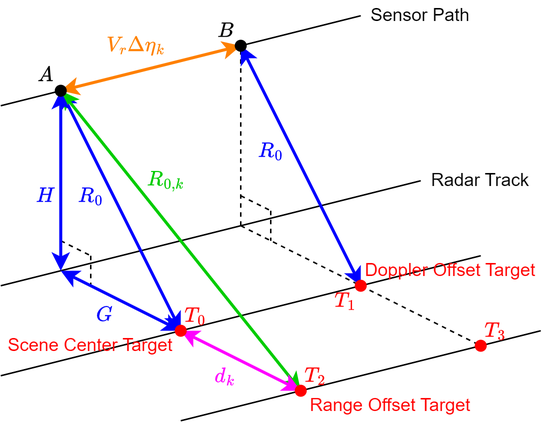
Earlier version of the draw.io export document/group_meeting/figures/point_scatterer/point_target_geometry.png (jentsechen/csa-sar-imaging). Source tidied: cells renumbered, new cells last; positions are measured from the earlier drawing's top-left corner, leaving out a move shared by most shapes.
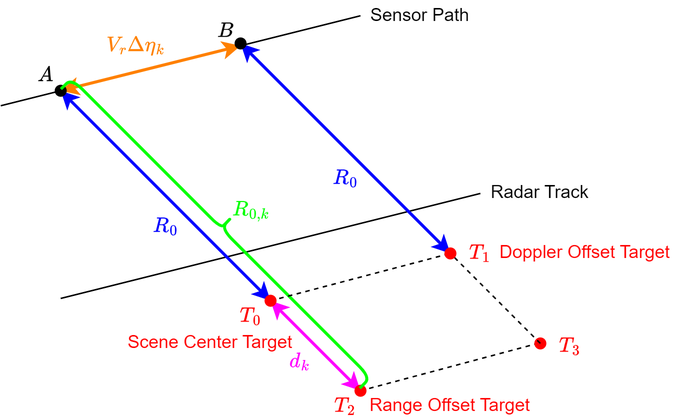
After the commit.

Change to the diagram source:
```diff
@@ -2,183 +2,126 @@
   <root>
     <mxCell id="0" />
     <mxCell id="1" parent="0" />
+    <mxCell id="45" style="endArrow=none;html=1;rounded=0;dashed=1;entryX=0.533;entryY=0.81;entryDx=0;entryDy=0;entryPerimeter=0;exitX=0.7;exitY=0.767;exitDx=0;exitDy=0;exitPerimeter=0;" parent="1" edge="1">
+      <mxGeometry relative="1" as="geometry">
+        <mxPoint x="240" y="240" as="sourcePoint" />
+        <mxPoint x="360" y="208" as="targetPoint" />
+      </mxGeometry>
+    </mxCell>
     <mxCell id="2" style="endArrow=none;html=1;rounded=0;" parent="1" edge="1">
       <mxGeometry relative="1" as="geometry">
-        <mxPoint y="70" as="sourcePoint" />
-        <mxPoint x="240" y="10" as="targetPoint" />
+        <mxPoint y="50" as="sourcePoint" />
+        <mxPoint x="240" y="-10" as="targetPoint" />
       </mxGeometry>
     </mxCell>
     <mxCell id="3" style="endArrow=none;html=1;rounded=0;" parent="1" edge="1">
       <mxGeometry relative="1" as="geometry">
-        <mxPoint y="190" as="sourcePoint" />
-        <mxPoint x="280" y="120" as="targetPoint" />
+        <mxPoint x="40" y="178.5" as="sourcePoint" />
+        <mxPoint x="320" y="108.5" as="targetPoint" />
       </mxGeometry>
     </mxCell>
-    <mxCell id="4" style="endArrow=none;html=1;rounded=0;" parent="1" edge="1">
-      <mxGeometry relative="1" as="geometry">
-        <mxPoint x="120" y="280" as="sourcePoint" />
-        <mxPoint x="360" y="220" as="targetPoint" />
-      </mxGeometry>
-    </mxCell>
-    <mxCell id="5" style="endArrow=none;html=1;rounded=0;" parent="1" edge="1">
-      <mxGeometry relative="1" as="geometry">
-        <mxPoint y="250" as="sourcePoint" />
-        <mxPoint x="320" y="170" as="targetPoint" />
-      </mxGeometry>
-    </mxCell>
-    <mxCell id="6" style="endArrow=none;html=1;rounded=0;" parent="1" edge="1">
-      <mxGeometry relative="1" as="geometry">
-        <mxPoint x="200" y="260" as="sourcePoint" />
-        <mxPoint x="40" y="60" as="targetPoint" />
-      </mxGeometry>
-    </mxCell>
-    <mxCell id="7" style="endArrow=none;html=1;rounded=0;dashed=1;" parent="1" edge="1">
-      <mxGeometry relative="1" as="geometry">
-        <mxPoint x="160" y="150" as="sourcePoint" />
-        <mxPoint x="320" y="230" as="targetPoint" />
-      </mxGeometry>
-    </mxCell>
-    <mxCell id="8" style="endArrow=none;html=1;rounded=0;dashed=1;" parent="1" edge="1">
-      <mxGeometry relative="1" as="geometry">
-        <mxPoint x="160" y="150" as="sourcePoint" />
-        <mxPoint x="160" y="30" as="targetPoint" />
-      </mxGeometry>
-    </mxCell>
     <mxCell id="9" value="Sensor Path" style="text;html=1;align=center;verticalAlign=middle;whiteSpace=wrap;rounded=0;" parent="1" vertex="1">
-      <mxGeometry x="240" width="80" height="20" as="geometry" />
+      <mxGeometry x="240" y="-20" width="80" height="20" as="geometry" />
     </mxCell>
     <mxCell id="10" value="Radar Track" style="text;html=1;align=center;verticalAlign=middle;whiteSpace=wrap;rounded=0;" parent="1" vertex="1">
-      <mxGeometry x="280" y="110" width="80" height="20" as="geometry" />
+      <mxGeometry x="320" y="98.5" width="80" height="20" as="geometry" />
     </mxCell>
     <mxCell id="11" value="&lt;font color=&quot;#ff0000&quot;&gt;Scene Center Target&lt;/font&gt;" style="text;html=1;align=center;verticalAlign=middle;whiteSpace=wrap;rounded=0;" parent="1" vertex="1">
-      <mxGeometry y="220" width="120" height="20" as="geometry" />
+      <mxGeometry x="80" y="198.5" width="120" height="20" as="geometry" />
     </mxCell>
     <mxCell id="12" value="&lt;span style=&quot;color: rgb(255, 0, 0);&quot;&gt;Doppler Offset Target&lt;/span&gt;" style="text;html=1;align=center;verticalAlign=middle;whiteSpace=wrap;rounded=0;" parent="1" vertex="1">
-      <mxGeometry x="240" y="170" width="120" height="20" as="geometry" />
+      <mxGeometry x="330" y="138.5" width="120" height="20" as="geometry" />
     </mxCell>
     <mxCell id="13" value="&lt;font color=&quot;#ff0000&quot;&gt;Range Offset Target&lt;/font&gt;" style="text;html=1;align=center;verticalAlign=middle;whiteSpace=wrap;rounded=0;" parent="1" vertex="1">
-      <mxGeometry x="200" y="260" width="120" height="20" as="geometry" />
+      <mxGeometry x="240" y="240" width="120" height="20" as="geometry" />
     </mxCell>
     <mxCell id="14" style="endArrow=classic;startArrow=classic;html=1;rounded=0;strokeWidth=2;strokeColor=#FF8000;" parent="1" edge="1" source="44">
       <mxGeometry relative="1" as="geometry">
-        <mxPoint x="160" y="30" as="targetPoint" />
+        <mxPoint x="160" y="10" as="targetPoint" />
       </mxGeometry>
     </mxCell>
-    <mxCell id="15" style="endArrow=classic;startArrow=classic;html=1;rounded=0;entryX=0.567;entryY=0.2;entryDx=0;entryDy=0;entryPerimeter=0;strokeWidth=2;strokeColor=#0000FF;" parent="1" edge="1">
+    <mxCell id="15" style="endArrow=classic;startArrow=classic;html=1;rounded=0;strokeWidth=2;strokeColor=#0000FF;entryX=0.272;entryY=0.521;entryDx=0;entryDy=0;entryPerimeter=0;" parent="1" edge="1" target="42">
       <mxGeometry relative="1" as="geometry">
-        <mxPoint x="40" y="60" as="sourcePoint" />
-        <mxPoint x="120" y="220" as="targetPoint" />
+        <mxPoint x="40" y="40" as="sourcePoint" />
       </mxGeometry>
     </mxCell>
-    <mxCell id="16" style="endArrow=classic;startArrow=classic;html=1;rounded=0;entryX=0.133;entryY=-0.067;entryDx=0;entryDy=0;entryPerimeter=0;strokeWidth=2;strokeColor=#00CC00;" parent="1" edge="1" target="41">
-      <mxGeometry relative="1" as="geometry">
-        <mxPoint x="40" y="60" as="sourcePoint" />
-      </mxGeometry>
-    </mxCell>
     <mxCell id="17" value="&lt;font color=&quot;#0000ff&quot;&gt;\(R_0\)&lt;/font&gt;" style="text;html=1;align=center;verticalAlign=middle;whiteSpace=wrap;rounded=0;" parent="1" vertex="1">
-      <mxGeometry x="50" y="120" width="20" height="20" as="geometry" />
+      <mxGeometry x="100" y="120" width="20" height="20" as="geometry" />
     </mxCell>
     <mxCell id="18" value="&lt;font color=&quot;#ff8000&quot;&gt;\(V_r\Delta\eta_k\)&lt;/font&gt;" style="text;html=1;align=center;verticalAlign=middle;whiteSpace=wrap;rounded=0;" parent="1" vertex="1">
-      <mxGeometry x="60" y="20" width="60" height="20" as="geometry" />
+      <mxGeometry x="60" width="60" height="20" as="geometry" />
     </mxCell>
-    <mxCell id="19" style="endArrow=classic;startArrow=classic;html=1;rounded=0;entryX=0.567;entryY=0.2;entryDx=0;entryDy=0;entryPerimeter=0;strokeWidth=2;strokeColor=#0000FF;" parent="1" edge="1">
-      <mxGeometry relative="1" as="geometry">
-        <mxPoint x="160" y="30" as="sourcePoint" />
-        <mxPoint x="240" y="190" as="targetPoint" />
-      </mxGeometry>
-    </mxCell>
-    <mxCell id="20" value="&lt;font color=&quot;#0000ff&quot;&gt;\(R_0\)&lt;/font&gt;" style="text;html=1;align=center;verticalAlign=middle;whiteSpace=wrap;rounded=0;" parent="1" vertex="1">
-      <mxGeometry x="170" y="90" width="20" height="20" as="geometry" />
-    </mxCell>
-    <mxCell id="21" style="shape=waypoint;sketch=0;fillStyle=solid;size=6;fillColor=none;perimeter=centerPerimeter;strokeColor=#FF0000;strokeWidth=2;" parent="1" vertex="1">
-      <mxGeometry x="230" y="180" width="20" height="20" as="geometry" />
-    </mxCell>
-    <mxCell id="22" style="endArrow=none;html=1;rounded=0;dashed=1;" parent="1" edge="1">
-      <mxGeometry relative="1" as="geometry">
-        <mxPoint x="40" y="160" as="sourcePoint" />
-        <mxPoint x="60" y="170" as="targetPoint" />
-      </mxGeometry>
-    </mxCell>
-    <mxCell id="23" style="endArrow=none;html=1;rounded=0;dashed=1;" parent="1" edge="1">
-      <mxGeometry relative="1" as="geometry">
-        <mxPoint x="60" y="170" as="sourcePoint" />
-        <mxPoint x="60" y="190" as="targetPoint" />
-      </mxGeometry>
-    </mxCell>
-    <mxCell id="24" style="endArrow=none;html=1;rounded=0;dashed=1;" parent="1" edge="1">
-      <mxGeometry relative="1" as="geometry">
-        <mxPoint x="160" y="130" as="sourcePoint" />
-        <mxPoint x="180" y="140" as="targetPoint" />
-      </mxGeometry>
-    </mxCell>
-    <mxCell id="25" style="endArrow=none;html=1;rounded=0;dashed=1;" parent="1" edge="1">
-      <mxGeometry relative="1" as="geometry">
-        <mxPoint x="180" y="140" as="sourcePoint" />
-        <mxPoint x="180" y="160" as="targetPoint" />
-      </mxGeometry>
-    </mxCell>
     <mxCell id="26" value="\(A\)" style="text;html=1;align=center;verticalAlign=middle;whiteSpace=wrap;rounded=0;" parent="1" vertex="1">
-      <mxGeometry x="20" y="40" width="20" height="20" as="geometry" />
+      <mxGeometry x="20" y="20" width="20" height="20" as="geometry" />
     </mxCell>
     <mxCell id="27" style="endArrow=classic;startArrow=classic;html=1;rounded=0;strokeWidth=2;strokeColor=#FF8000;" parent="1" edge="1" target="44">
       <mxGeometry relative="1" as="geometry">
-        <mxPoint x="40" y="60" as="sourcePoint" />
+        <mxPoint x="40" y="40" as="sourcePoint" />
       </mxGeometry>
     </mxCell>
-    <mxCell id="28" style="shape=waypoint;sketch=0;fillStyle=solid;size=6;fillColor=none;perimeter=centerPerimeter;strokeColor=#000000;strokeWidth=2;" parent="1" vertex="1">
-      <mxGeometry x="150" y="20" width="20" height="20" as="geometry" />
-    </mxCell>
     <mxCell id="29" value="\(B\)" style="text;html=1;align=center;verticalAlign=middle;whiteSpace=wrap;rounded=0;" parent="1" vertex="1">
-      <mxGeometry x="140" y="10" width="20" height="20" as="geometry" />
+      <mxGeometry x="140" y="-10" width="20" height="20" as="geometry" />
     </mxCell>
     <mxCell id="30" value="&lt;font color=&quot;#ff0000&quot;&gt;\(T_0\)&lt;/font&gt;" style="text;html=1;align=center;verticalAlign=middle;whiteSpace=wrap;rounded=0;" parent="1" vertex="1">
-      <mxGeometry x="120" y="200" width="20" height="20" as="geometry" />
+      <mxGeometry x="156.9" y="180" width="20" height="20" as="geometry" />
     </mxCell>
-    <mxCell id="31" value="&lt;font color=&quot;#ff0000&quot;&gt;\(T_1\)&lt;/font&gt;" style="text;html=1;align=center;verticalAlign=middle;whiteSpace=wrap;rounded=0;" parent="1" vertex="1">
-      <mxGeometry x="220" y="190" width="20" height="20" as="geometry" />
-    </mxCell>
     <mxCell id="32" value="&lt;font color=&quot;#ff0000&quot;&gt;\(T_2\)&lt;/font&gt;" style="text;html=1;align=center;verticalAlign=middle;whiteSpace=wrap;rounded=0;" parent="1" vertex="1">
-      <mxGeometry x="200" y="240" width="20" height="20" as="geometry" />
+      <mxGeometry x="220" y="240" width="20" height="20" as="geometry" />
     </mxCell>
-    <mxCell id="33" style="shape=waypoint;sketch=0;fillStyle=solid;size=6;fillColor=none;perimeter=centerPerimeter;strokeColor=#FF0000;strokeWidth=2;" parent="1" vertex="1">
-      <mxGeometry x="310" y="220" width="20" height="20" as="geometry" />
-    </mxCell>
-    <mxCell id="34" value="&lt;font color=&quot;#ff0000&quot;&gt;\(T_3\)&lt;/font&gt;" style="text;html=1;align=center;verticalAlign=middle;whiteSpace=wrap;rounded=0;" parent="1" vertex="1">
-      <mxGeometry x="320" y="210" width="20" height="20" as="geometry" />
-    </mxCell>
-    <mxCell id="35" style="endArrow=classic;startArrow=classic;html=1;rounded=0;strokeColor=#0000FF;entryX=0.7;entryY=0.767;entryDx=0;entryDy=0;entryPerimeter=0;strokeWidth=2;" parent="1" edge="1" target="44">
-      <mxGeometry relative="1" as="geometry">
-        <mxPoint x="40" y="180" as="sourcePoint" />
-      </mxGeometry>
-    </mxCell>
-    <mxCell id="36" value="&lt;font color=&quot;#0000ff&quot;&gt;\(H\)&lt;/font&gt;" style="text;html=1;align=center;verticalAlign=middle;whiteSpace=wrap;rounded=0;" parent="1" vertex="1">
-      <mxGeometry x="20" y="120" width="20" height="20" as="geometry" />
-    </mxCell>
-    <mxCell id="37" style="endArrow=classic;startArrow=classic;html=1;rounded=0;strokeColor=#0000FF;exitX=0.371;exitY=0.852;exitDx=0;exitDy=0;exitPerimeter=0;strokeWidth=2;" parent="1" edge="1" source="42">
-      <mxGeometry relative="1" as="geometry">
-        <mxPoint x="40" y="180" as="targetPoint" />
-      </mxGeometry>
-    </mxCell>
-    <mxCell id="38" value="&lt;font color=&quot;#0000ff&quot;&gt;\(G\)&lt;/font&gt;" style="text;html=1;align=center;verticalAlign=middle;whiteSpace=wrap;rounded=0;" parent="1" vertex="1">
-      <mxGeometry x="60" y="200" width="20" height="20" as="geometry" />
-    </mxCell>
-    <mxCell id="39" value="&lt;font color=&quot;#00cc00&quot;&gt;\(R_{0,k}\)&lt;/font&gt;" style="text;html=1;align=center;verticalAlign=middle;whiteSpace=wrap;rounded=0;" parent="1" vertex="1">
-      <mxGeometry x="100" y="110" width="20" height="20" as="geometry" />
+    <mxCell id="39" value="&lt;font color=&quot;#00ff00&quot;&gt;\(R_{0,k}\)&lt;/font&gt;" style="text;html=1;align=center;verticalAlign=middle;whiteSpace=wrap;rounded=0;" parent="1" vertex="1">
+      <mxGeometry x="156.9" y="110" width="20" height="20" as="geometry" />
     </mxCell>
     <mxCell id="40" style="endArrow=classic;startArrow=classic;html=1;rounded=0;strokeColor=#FF00FF;exitX=0.317;exitY=0.881;exitDx=0;exitDy=0;exitPerimeter=0;strokeWidth=2;entryX=0.9;entryY=0.575;entryDx=0;entryDy=0;entryPerimeter=0;" parent="1" edge="1" source="41" target="42">
       <mxGeometry relative="1" as="geometry" />
     </mxCell>
     <mxCell id="41" style="shape=waypoint;sketch=0;fillStyle=solid;size=6;points=[];fillColor=none;perimeter=centerPerimeter;snapToPoint=1;strokeColor=#FF0000;strokeWidth=2;" parent="1" vertex="1">
-      <mxGeometry x="190" y="250" width="20" height="20" as="geometry" />
+      <mxGeometry x="230" y="230" width="20" height="20" as="geometry" />
     </mxCell>
-    <mxCell id="42" style="shape=waypoint;sketch=0;fillStyle=solid;size=6;points=[];fillColor=none;perimeter=centerPerimeter;snapToPoint=1;strokeColor=#FF0000;strokeWidth=2;" parent="1" vertex="1">
-      <mxGeometry x="110" y="210" width="20" height="20" as="geometry" />
-    </mxCell>
     <mxCell id="43" value="&lt;font color=&quot;#ff00ff&quot;&gt;\(d_k\)&lt;/font&gt;" style="text;html=1;align=center;verticalAlign=middle;whiteSpace=wrap;rounded=0;" parent="1" vertex="1">
-      <mxGeometry x="140" y="240" width="20" height="20" as="geometry" />
+      <mxGeometry x="190" y="210" width="20" height="20" as="geometry" />
     </mxCell>
     <mxCell id="44" style="shape=waypoint;sketch=0;fillStyle=solid;size=6;points=[];fillColor=none;perimeter=centerPerimeter;snapToPoint=1;strokeColor=#000000;strokeWidth=2;" parent="1" vertex="1">
-      <mxGeometry x="30" y="50" width="20" height="20" as="geometry" />
+      <mxGeometry x="30" y="30" width="20" height="20" as="geometry" />
     </mxCell>
+    <mxCell id="46" style="shape=curlyBracket;whiteSpace=wrap;html=1;rounded=1;labelPosition=left;verticalLabelPosition=middle;align=right;verticalAlign=middle;rotation=135;strokeWidth=2;strokeColor=#00FF00;" parent="1" vertex="1">
+      <mxGeometry x="136.9" y="-9.4" width="20" height="282" as="geometry" />
+    </mxCell>
+    <mxCell id="47" style="endArrow=classic;startArrow=classic;html=1;rounded=0;strokeWidth=2;strokeColor=#0000FF;entryX=0.272;entryY=0.521;entryDx=0;entryDy=0;entryPerimeter=0;" parent="1" edge="1" target="53">
+      <mxGeometry relative="1" as="geometry">
+        <mxPoint x="160" y="8.5" as="sourcePoint" />
+      </mxGeometry>
+    </mxCell>
+    <mxCell id="20" value="&lt;font color=&quot;#0000ff&quot;&gt;\(R_0\)&lt;/font&gt;" style="text;html=1;align=center;verticalAlign=middle;whiteSpace=wrap;rounded=0;" parent="1" vertex="1">
+      <mxGeometry x="220" y="88.5" width="20" height="20" as="geometry" />
+    </mxCell>
+    <mxCell id="48" style="endArrow=classic;startArrow=classic;html=1;rounded=0;strokeWidth=2;strokeColor=#FF8000;" parent="1" edge="1" target="50">
+      <mxGeometry relative="1" as="geometry">
+        <mxPoint x="160" y="8.5" as="sourcePoint" />
+      </mxGeometry>
+    </mxCell>
+    <mxCell id="34" value="&lt;font color=&quot;#ff0000&quot;&gt;\(T_3\)&lt;/font&gt;" style="text;html=1;align=center;verticalAlign=middle;whiteSpace=wrap;rounded=0;" parent="1" vertex="1">
+      <mxGeometry x="370" y="200" width="20" height="20" as="geometry" />
+    </mxCell>
+    <mxCell id="49" style="shape=waypoint;sketch=0;fillStyle=solid;size=6;points=[];fillColor=none;perimeter=centerPerimeter;snapToPoint=1;strokeColor=#FF0000;strokeWidth=2;" parent="1" vertex="1">
+      <mxGeometry x="350" y="198.5" width="20" height="20" as="geometry" />
+    </mxCell>
+    <mxCell id="50" style="shape=waypoint;sketch=0;fillStyle=solid;size=6;points=[];fillColor=none;perimeter=centerPerimeter;snapToPoint=1;strokeColor=#000000;strokeWidth=2;" parent="1" vertex="1">
+      <mxGeometry x="150" y="-1.5" width="20" height="20" as="geometry" />
+    </mxCell>
+    <mxCell id="51" style="endArrow=none;html=1;rounded=0;dashed=1;exitX=0.067;exitY=-0.023;exitDx=0;exitDy=0;exitPerimeter=0;" parent="1" edge="1" source="49" target="53">
+      <mxGeometry relative="1" as="geometry" />
+    </mxCell>
+    <mxCell id="52" style="endArrow=none;html=1;rounded=0;dashed=1;entryX=0.533;entryY=0.81;entryDx=0;entryDy=0;entryPerimeter=0;exitX=0.7;exitY=0.767;exitDx=0;exitDy=0;exitPerimeter=0;" parent="1" edge="1" source="42" target="53">
+      <mxGeometry relative="1" as="geometry" />
+    </mxCell>
+    <mxCell id="42" style="shape=waypoint;sketch=0;fillStyle=solid;size=6;points=[];fillColor=none;perimeter=centerPerimeter;snapToPoint=1;strokeColor=#FF0000;strokeWidth=2;" parent="1" vertex="1">
+      <mxGeometry x="170" y="170" width="20" height="20" as="geometry" />
+    </mxCell>
+    <mxCell id="31" value="&lt;font color=&quot;#ff0000&quot;&gt;\(T_1\)&lt;/font&gt;" style="text;html=1;align=center;verticalAlign=middle;whiteSpace=wrap;rounded=0;" parent="1" vertex="1">
+      <mxGeometry x="310" y="138.5" width="20" height="20" as="geometry" />
+    </mxCell>
+    <mxCell id="53" style="shape=waypoint;sketch=0;fillStyle=solid;size=6;points=[];fillColor=none;perimeter=centerPerimeter;snapToPoint=1;strokeColor=#FF0000;strokeWidth=2;" parent="1" vertex="1">
+      <mxGeometry x="290" y="138.5" width="20" height="20" as="geometry" />
+    </mxCell>
   </root>
 </mxGraphModel>
```
